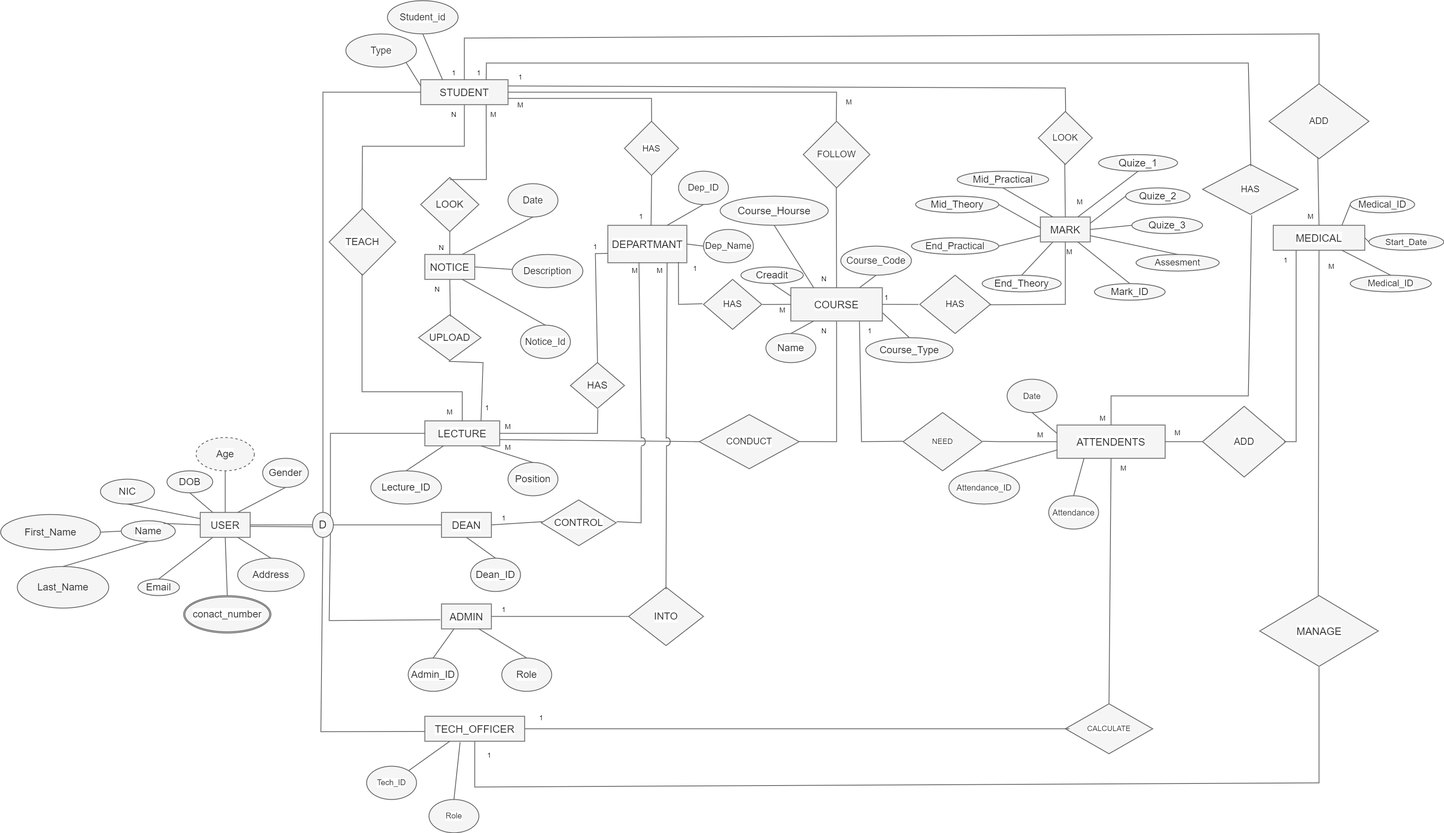
This is Final_ER( Group-8 ).drawio.png from dilushamadushan/TeamZero_TECMIS, a draw.io export, as it was before one commit. Source tidied: cells renumbered, new cells last; positions are measured from the earlier drawing's top-left corner, leaving out a move shared by most shapes.
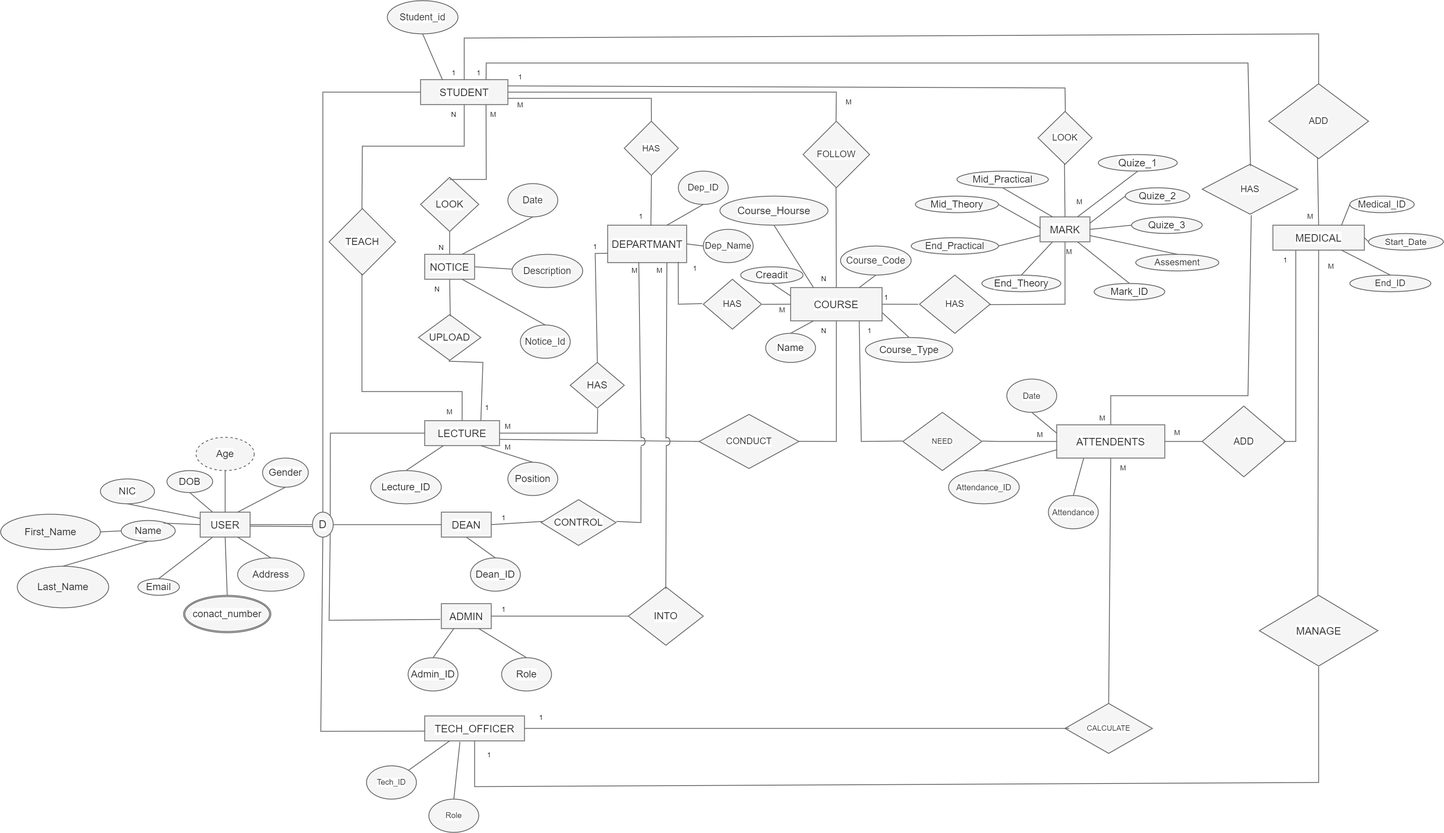
After the commit.

The edit, as a diff of the source:
```diff
@@ -348,18 +348,12 @@
         </Array>
       </mxGeometry>
     </mxCell>
-    <mxCell id="80" value="Type" style="ellipse;whiteSpace=wrap;html=1;fontSize=23;fontStyle=0;labelBackgroundColor=default;strokeWidth=2;shadow=0;fillColor=#f5f5f5;fontColor=#333333;strokeColor=#666666;" parent="1" vertex="1">
-      <mxGeometry x="830" y="80" width="170" height="80" as="geometry" />
-    </mxCell>
     <mxCell id="81" value="Student_id" style="ellipse;whiteSpace=wrap;html=1;fontSize=23;fontStyle=0;labelBackgroundColor=default;strokeWidth=2;shadow=0;fillColor=#f5f5f5;fontColor=#333333;strokeColor=#666666;" parent="1" vertex="1">
       <mxGeometry x="930" width="170" height="80" as="geometry" />
     </mxCell>
     <mxCell id="82" style="endArrow=none;html=1;rounded=0;entryX=0.5;entryY=1;entryDx=0;entryDy=0;exitX=0.25;exitY=0;exitDx=0;exitDy=0;fontStyle=0;labelBackgroundColor=default;strokeWidth=2;shadow=0;fillColor=#f5f5f5;strokeColor=#666666;" parent="1" edge="1" source="2" target="81">
       <mxGeometry relative="1" as="geometry" />
     </mxCell>
-    <mxCell id="83" style="endArrow=none;html=1;rounded=0;exitX=1;exitY=1;exitDx=0;exitDy=0;entryX=0;entryY=0.25;entryDx=0;entryDy=0;fontStyle=0;labelBackgroundColor=default;strokeWidth=2;shadow=0;fillColor=#f5f5f5;strokeColor=#666666;" parent="1" edge="1" source="80" target="2">
-      <mxGeometry relative="1" as="geometry" />
-    </mxCell>
     <mxCell id="84" value="Description" style="ellipse;whiteSpace=wrap;html=1;fontSize=23;fontStyle=0;labelBackgroundColor=default;strokeWidth=2;shadow=0;fillColor=#f5f5f5;fontColor=#333333;strokeColor=#666666;" parent="1" vertex="1">
       <mxGeometry x="1230" y="610" width="170" height="80" as="geometry" />
     </mxCell>
@@ -597,7 +591,7 @@
     <mxCell id="162" value="&lt;span style=&quot;font-size: 23px;&quot;&gt;Medical_ID&lt;/span&gt;" style="ellipse;whiteSpace=wrap;html=1;align=center;fontSize=19;fontStyle=0;labelBackgroundColor=default;strokeWidth=2;shadow=0;fillColor=#f5f5f5;fontColor=#333333;strokeColor=#666666;" parent="1" vertex="1">
       <mxGeometry x="3245" y="470" width="155" height="40" as="geometry" />
     </mxCell>
-    <mxCell id="163" value="&lt;font style=&quot;font-size: 22px;&quot;&gt;Medical_ID&lt;/font&gt;" style="ellipse;whiteSpace=wrap;html=1;align=center;fontSize=19;fontStyle=0;labelBackgroundColor=default;strokeWidth=2;shadow=0;fillColor=#f5f5f5;fontColor=#333333;strokeColor=#666666;" parent="1" vertex="1">
+    <mxCell id="163" value="&lt;font style=&quot;font-size: 22px;&quot;&gt;End_ID&lt;/font&gt;" style="ellipse;whiteSpace=wrap;html=1;align=center;fontSize=19;fontStyle=0;labelBackgroundColor=default;strokeWidth=2;shadow=0;fillColor=#f5f5f5;fontColor=#333333;strokeColor=#666666;" parent="1" vertex="1">
       <mxGeometry x="3245" y="660" width="195" height="40" as="geometry" />
     </mxCell>
     <mxCell id="164" value="&lt;font style=&quot;font-size: 21px;&quot;&gt;Start_Date&lt;/font&gt;" style="ellipse;whiteSpace=wrap;html=1;align=center;fontSize=19;fontStyle=0;labelBackgroundColor=default;strokeWidth=2;shadow=0;fillColor=#f5f5f5;fontColor=#333333;strokeColor=#666666;" parent="1" vertex="1">
```
